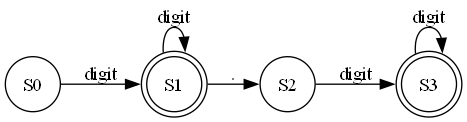
Earlier version of the Graphviz export Proyecto1/AFD.png (AlvaroCeballos/-LFP-202300673-). Its source is kept beside it as Proyecto1/AFD.dot. Its diagram source:
```dot
digraph G {
rankdir=LR;
S3->S3[label="digit"]
S0->S1[label="digit"]
S1->S2[label="."]
S1->S1[label="digit"]
S2->S3[label="digit"]
S3[shape=doublecircle]
S3[shape=doublecircle]
S0[shape=circle]
S1[shape=doublecircle]
S1[shape=doublecircle]
S2[shape=circle]
S1[shape=doublecircle]
S2[shape=circle]
S3[shape=doublecircle]
}
```
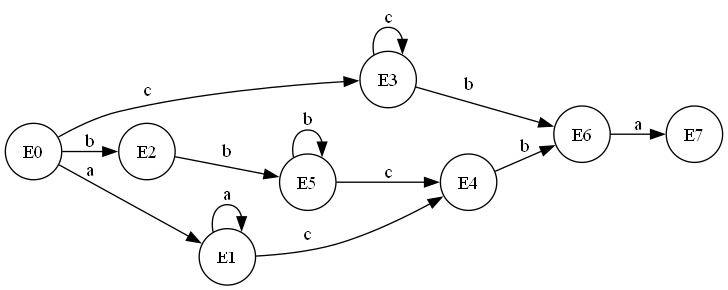
The same diagram one commit later.

What changed in the source:
```diff
@@ -1,17 +1,34 @@
 digraph G {
 rankdir=LR;
-S3->S3[label="digit"]
-S0->S1[label="digit"]
-S1->S2[label="."]
-S1->S1[label="digit"]
-S2->S3[label="digit"]
-S3[shape=doublecircle]
-S3[shape=doublecircle]
-S0[shape=circle]
-S1[shape=doublecircle]
-S1[shape=doublecircle]
-S2[shape=circle]
-S1[shape=doublecircle]
-S2[shape=circle]
-S3[shape=doublecircle]
+E5->E4[label="c"]
+E5->E5[label="b"]
+E6->E7[label="a"]
+E0->E3[label="c"]
+E0->E2[label="b"]
+E0->E1[label="a"]
+E1->E4[label="c"]
+E1->E1[label="a"]
+E2->E5[label="b"]
+E3->E3[label="c"]
+E3->E6[label="b"]
+E4->E6[label="b"]
+E5[shape=circle]
+E4[shape=circle]
+E5[shape=circle]
+E6[shape=circle]
+E7[shape=circle]
+E0[shape=circle]
+E3[shape=circle]
+E2[shape=circle]
+E1[shape=circle]
+E1[shape=circle]
+E4[shape=circle]
+E1[shape=circle]
+E2[shape=circle]
+E5[shape=circle]
+E3[shape=circle]
+E3[shape=circle]
+E6[shape=circle]
+E4[shape=circle]
+E6[shape=circle]
 }
```
